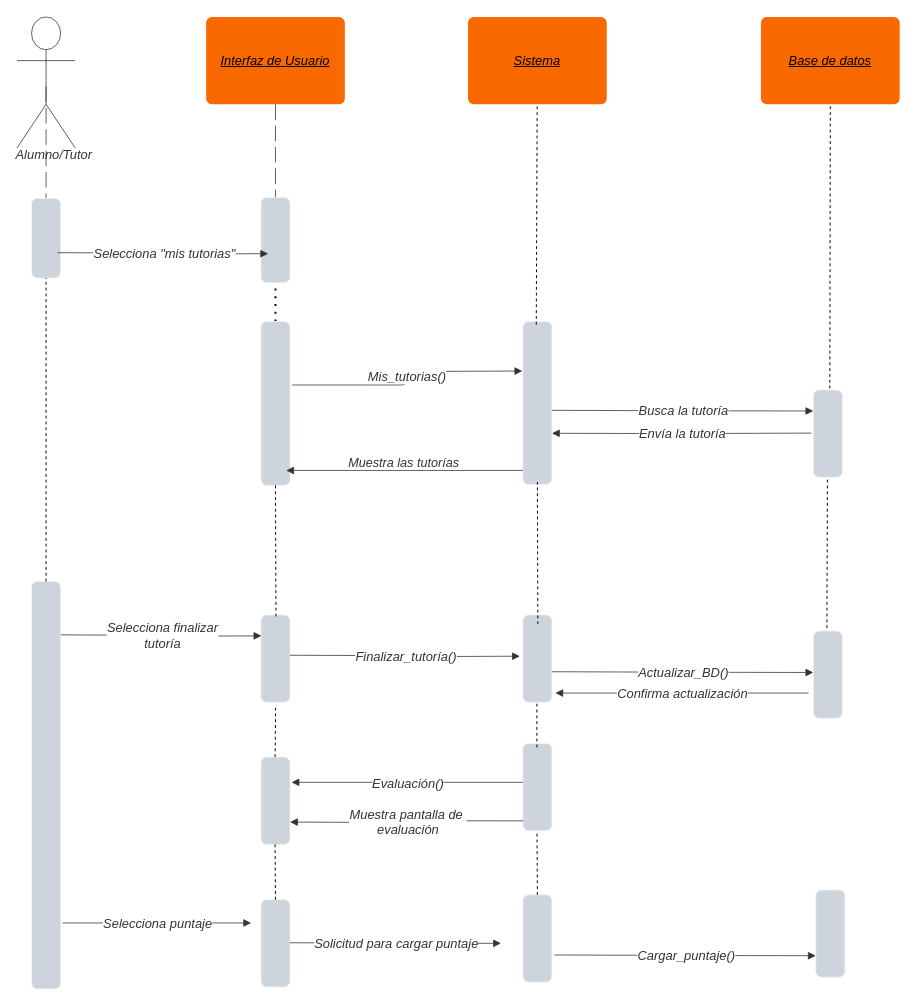
The draw.io diagram mis tutorias.drawio in LP3kmikristian/TP_ARCE_DOREGO, before the edit. Source tidied: cells renumbered, new cells numbered last; positions are measured from the earlier drawing's top-left corner, leaving out a move shared by most shapes. Both pictures are drawn from the tidied source at 97%, with x=0, y=0 at pixel (16, 16).
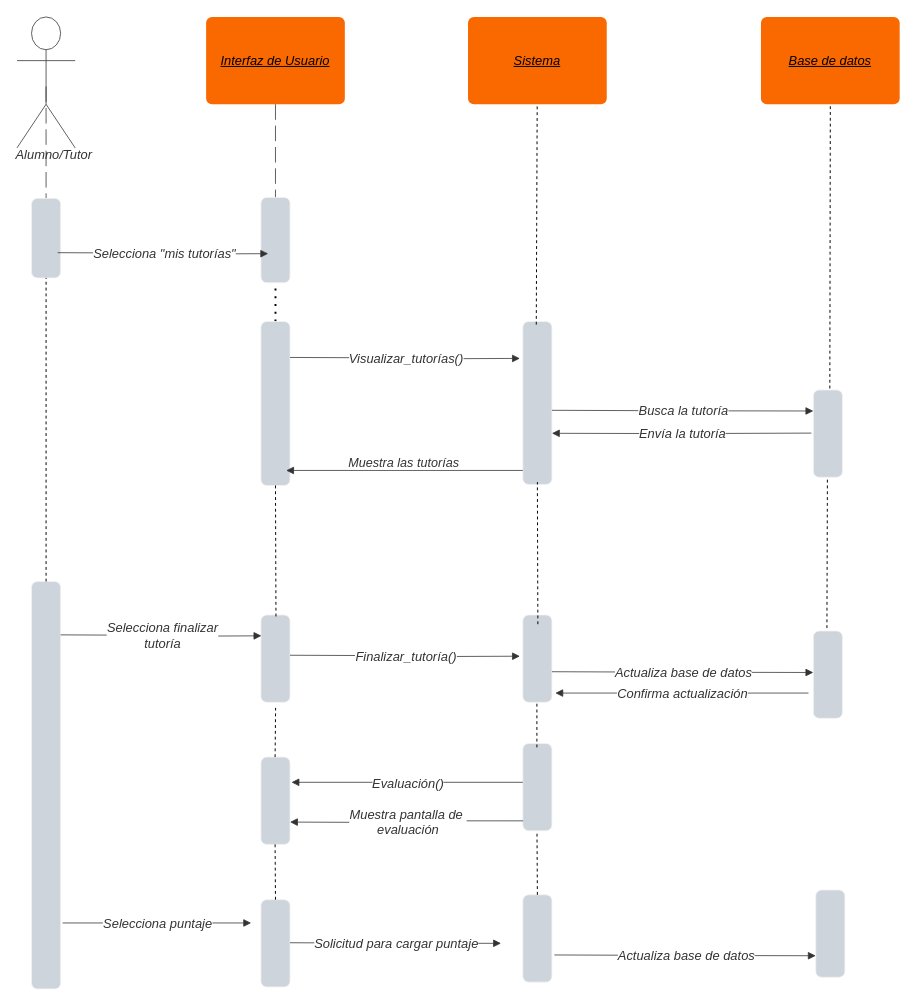
Above is the later version.

The change refers to these unchanged cells:
```xml
<mxCell id="12" style="html=1;jettySize=18;whiteSpace=wrap;fontSize=13;strokeColor=#333333;strokeOpacity=100;strokeWidth=0.8;rounded=1;arcSize=10;edgeStyle=orthogonalEdgeStyle;startArrow=none;endArrow=block;endFill=1;lucidId=Yu5M0A2JVvTe;" parent="1" edge="1">
  <mxGeometry relative="1" as="geometry">
    <mxPoint x="42" y="243" as="sourcePoint" />
    <mxPoint x="259" y="244" as="targetPoint" />
  </mxGeometry>
</mxCell>
<mxCell id="15" style="html=1;overflow=block;blockSpacing=1;whiteSpace=wrap;fontSize=13;spacing=0;strokeColor=#f2f2f2;strokeOpacity=100;fillOpacity=100;rounded=1;absoluteArcSize=1;arcSize=12;fillColor=#ced4db;strokeWidth=0.8;lucidId=Yu5MhR-oMSno;" parent="1" vertex="1">
  <mxGeometry x="251.5" y="314" width="30" height="169" as="geometry" />
</mxCell>
<mxCell id="35" style="html=1;jettySize=18;whiteSpace=wrap;fontSize=13;strokeColor=#333333;strokeOpacity=100;strokeWidth=0.8;rounded=1;arcSize=10;edgeStyle=orthogonalEdgeStyle;startArrow=none;endArrow=block;endFill=1;lucidId=Yu5M0A2JVvTe;entryX=0;entryY=0.5;entryDx=0;entryDy=0;" parent="1" edge="1">
  <mxGeometry relative="1" as="geometry">
    <mxPoint x="551.5" y="675" as="sourcePoint" />
    <mxPoint x="821" y="675.8" as="targetPoint" />
  </mxGeometry>
</mxCell>
<mxCell id="51" style="html=1;jettySize=18;whiteSpace=wrap;fontSize=13;strokeColor=#333333;strokeOpacity=100;strokeWidth=0.8;rounded=1;arcSize=10;edgeStyle=orthogonalEdgeStyle;startArrow=none;endArrow=block;endFill=1;lucidId=Yu5M0A2JVvTe;entryX=0;entryY=0.5;entryDx=0;entryDy=0;" parent="1" edge="1">
  <mxGeometry relative="1" as="geometry">
    <mxPoint x="554" y="967" as="sourcePoint" />
    <mxPoint x="823.5" y="967.8" as="targetPoint" />
  </mxGeometry>
</mxCell>
```

What changed in the source:
```diff
@@
-    <mxCell id="5" style="html=1;jettySize=18;whiteSpace=wrap;fontSize=13;strokeColor=#333333;strokeOpacity=100;strokeWidth=0.8;rounded=1;arcSize=10;edgeStyle=orthogonalEdgeStyle;startArrow=none;endArrow=block;endFill=1;exitX=1.074;exitY=0.387;exitPerimeter=0;lucidId=Yu5M8hheeUyh;exitDx=0;exitDy=0;" parent="1" edge="1" source="15">
-      <mxGeometry relative="1" as="geometry">
-        <mxPoint x="521" y="365" as="targetPoint" />
-      </mxGeometry>
-    </mxCell>
-    <mxCell id="6" value="Mis_tutorias()" style="text;html=1;labelBackgroundColor=default;align=center;verticalAlign=middle;fontStyle=2;fontColor=#333333;fontSize=13.3;" parent="5" vertex="1">
-      <mxGeometry relative="1" as="geometry" />
-    </mxCell>
@@
-    <mxCell id="13" value="Selecciona &quot;mis tutorias&quot;" style="text;html=1;labelBackgroundColor=default;align=center;verticalAlign=middle;fontStyle=2;fontColor=#333333;fontSize=13.3;" parent="12" vertex="1">
+    <mxCell id="13" value="Selecciona &quot;mis tutorías&quot;" style="text;html=1;labelBackgroundColor=default;align=center;verticalAlign=middle;fontStyle=2;fontColor=#333333;fontSize=13.3;" parent="12" vertex="1">
       <mxGeometry relative="1" as="geometry" />
     </mxCell>
@@
-    <mxCell id="36" value="Actualizar_BD()" style="text;html=1;labelBackgroundColor=default;align=center;verticalAlign=middle;fontStyle=2;fontColor=#333333;fontSize=13.3;" parent="35" vertex="1">
+    <mxCell id="36" value="Actualiza base de datos" style="text;html=1;labelBackgroundColor=default;align=center;verticalAlign=middle;fontStyle=2;fontColor=#333333;fontSize=13.3;" parent="35" vertex="1">
       <mxGeometry relative="1" as="geometry" />
     </mxCell>
@@
-    <mxCell id="52" value="Cargar_puntaje()" style="text;html=1;labelBackgroundColor=default;align=center;verticalAlign=middle;fontStyle=2;fontColor=#333333;fontSize=13.3;" parent="51" vertex="1">
+    <mxCell id="52" value="Actualiza base de datos" style="text;html=1;labelBackgroundColor=default;align=center;verticalAlign=middle;fontStyle=2;fontColor=#333333;fontSize=13.3;" parent="51" vertex="1">
       <mxGeometry relative="1" as="geometry" />
     </mxCell>
@@
+    <mxCell id="61" style="html=1;jettySize=18;whiteSpace=wrap;fontSize=13;strokeColor=#333333;strokeOpacity=100;strokeWidth=0.8;rounded=1;arcSize=10;edgeStyle=orthogonalEdgeStyle;startArrow=none;endArrow=block;endFill=1;lucidId=Yu5M0A2JVvTe;" parent="1" edge="1">
+      <mxGeometry relative="1" as="geometry">
+        <mxPoint x="281.5" y="351" as="sourcePoint" />
+        <mxPoint x="518.5" y="352" as="targetPoint" />
+      </mxGeometry>
+    </mxCell>
+    <mxCell id="62" value="Visualizar_tutorías()" style="text;html=1;labelBackgroundColor=default;align=center;verticalAlign=middle;fontStyle=2;fontColor=#333333;fontSize=13.3;" parent="61" vertex="1">
+      <mxGeometry relative="1" as="geometry" />
+    </mxCell>
```
